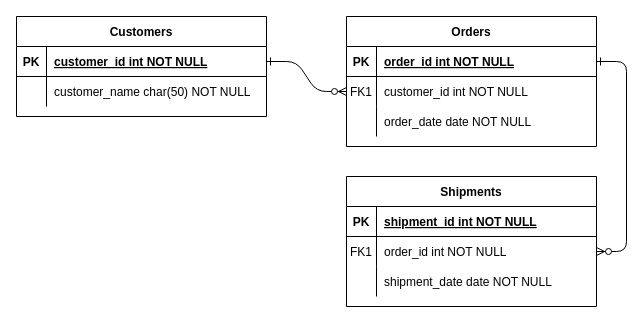
cvsluis/sun-spotter keeps this draw.io diagram as planning/sunspotter_ERD.drawio. Above is the earlier version. Source tidied: cells renumbered, new cells numbered last; positions are measured from the earlier drawing's top-left corner, leaving out a move shared by most shapes. Both pictures are drawn from the tidied source at 100%, with x=0, y=0 at pixel (16, 16).
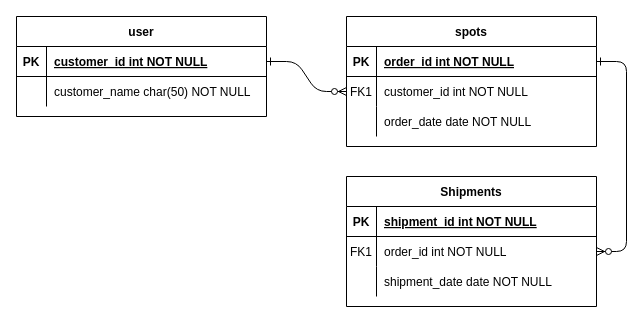
The same page after the edit.

Commit message (it also covers changes not shown here):
add user stories template

What changed in the source:
```diff
@@
-    <mxCell id="4" value="Orders" style="shape=table;startSize=30;childLayout=tableLayout;rowLines=0;fontStyle=1;align=center;" parent="1" vertex="1">
+    <mxCell id="4" value="spots" style="shape=table;startSize=30;childLayout=tableLayout;rowLines=0;fontStyle=1;align=center;" parent="1" vertex="1">
       <mxGeometry x="330" width="250" height="130" as="geometry" />
     </mxCell>
@@
-    <mxCell id="24" value="Customers" style="shape=table;startSize=30;childLayout=tableLayout;rowLines=0;fontStyle=1;align=center;" parent="1" vertex="1">
+    <mxCell id="24" value="user" style="shape=table;startSize=30;childLayout=tableLayout;rowLines=0;fontStyle=1;align=center;" parent="1" vertex="1">
       <mxGeometry width="250" height="100" as="geometry" />
     </mxCell>
```
